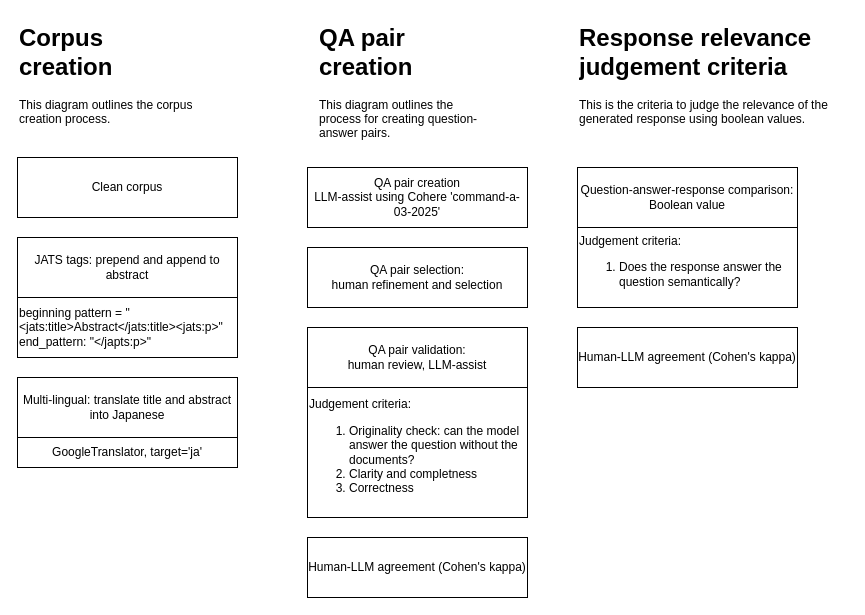
The draw.io diagram diagrams/Part_3_corpus_creation_and_analysis.drawio in poppy-nicolette/Dissertation, before the edit. Source tidied: cells renumbered, new cells numbered last; positions are measured from the earlier drawing's top-left corner, leaving out a move shared by most shapes. Both pictures are drawn from the tidied source at 100%, with x=0, y=0 at pixel (17, 17).
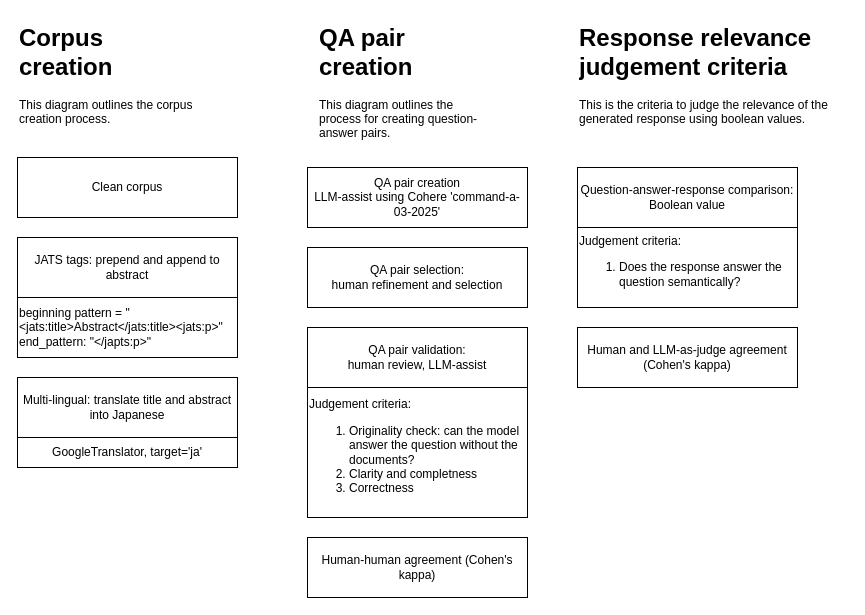
After the change.

What changed in the source:
```diff
@@
 <mxGraphModel>
   <root>
     <mxCell id="0" />
     <mxCell id="1" parent="0" />
     <mxCell id="2" value="&lt;h1 style=&quot;margin-top: 0px;&quot;&gt;Corpus creation&lt;/h1&gt;&lt;p&gt;This diagram outlines the corpus creation process.&lt;/p&gt;" style="text;html=1;whiteSpace=wrap;overflow=hidden;rounded=0;" parent="1" vertex="1">
       <mxGeometry width="180" height="120" as="geometry" />
     </mxCell>
     <mxCell id="3" value="Clean corpus" style="rounded=0;whiteSpace=wrap;html=1;" parent="1" vertex="1">
       <mxGeometry y="140" width="220" height="60" as="geometry" />
     </mxCell>
     <mxCell id="4" value="QA pair creation&lt;div&gt;LLM-assist using Cohere 'command-a-03-2025'&lt;/div&gt;" style="rounded=0;whiteSpace=wrap;html=1;" parent="1" vertex="1">
       <mxGeometry x="290" y="150" width="220" height="60" as="geometry" />
     </mxCell>
     <mxCell id="5" value="&lt;h1 style=&quot;margin-top: 0px;&quot;&gt;QA pair creation&lt;/h1&gt;&lt;p&gt;This diagram outlines the process for creating question-answer pairs.&lt;/p&gt;" style="text;html=1;whiteSpace=wrap;overflow=hidden;rounded=0;" parent="1" vertex="1">
       <mxGeometry x="300" width="180" height="120" as="geometry" />
     </mxCell>
     <mxCell id="6" value="QA pair selection:&lt;div&gt;human refinement and selection&lt;/div&gt;" style="rounded=0;whiteSpace=wrap;html=1;" parent="1" vertex="1">
       <mxGeometry x="290" y="230" width="220" height="60" as="geometry" />
     </mxCell>
     <mxCell id="7" value="QA pair validation:&lt;div&gt;human review, LLM-assist&lt;/div&gt;" style="rounded=0;whiteSpace=wrap;html=1;" parent="1" vertex="1">
       <mxGeometry x="290" y="310" width="220" height="60" as="geometry" />
     </mxCell>
-    <mxCell id="8" value="Human-LLM agreement (Cohen's kappa)" style="rounded=0;whiteSpace=wrap;html=1;" parent="1" vertex="1">
+    <mxCell id="8" value="Human-human agreement (Cohen's kappa)" style="rounded=0;whiteSpace=wrap;html=1;" parent="1" vertex="1">
       <mxGeometry x="290" y="520" width="220" height="60" as="geometry" />
     </mxCell>
     <mxCell id="9" value="&lt;h1 style=&quot;margin-top: 0px;&quot;&gt;Response relevance judgement criteria&lt;/h1&gt;&lt;p&gt;This is the criteria to judge the relevance of the generated response using boolean values.&lt;/p&gt;" style="text;html=1;whiteSpace=wrap;overflow=hidden;rounded=0;" parent="1" vertex="1">
       <mxGeometry x="560" width="270" height="120" as="geometry" />
     </mxCell>
     <mxCell id="10" value="Judgement criteria:&lt;br&gt;&lt;ol&gt;&lt;li&gt;Originality check: can the model answer the question without the documents?&lt;/li&gt;&lt;li&gt;Clarity and completness&lt;/li&gt;&lt;li&gt;Correctness&lt;/li&gt;&lt;/ol&gt;" style="rounded=0;whiteSpace=wrap;html=1;align=left;" parent="1" vertex="1">
       <mxGeometry x="290" y="370" width="220" height="130" as="geometry" />
     </mxCell>
     <mxCell id="11" value="JATS tags: prepend and append to abstract" style="rounded=0;whiteSpace=wrap;html=1;" parent="1" vertex="1">
       <mxGeometry y="220" width="220" height="60" as="geometry" />
     </mxCell>
     <mxCell id="12" value="Multi-lingual: translate title and abstract into Japanese" style="rounded=0;whiteSpace=wrap;html=1;" parent="1" vertex="1">
       <mxGeometry y="360" width="220" height="60" as="geometry" />
     </mxCell>
     <mxCell id="13" value="GoogleTranslator, target='ja'" style="rounded=0;whiteSpace=wrap;html=1;" parent="1" vertex="1">
       <mxGeometry y="420" width="220" height="30" as="geometry" />
     </mxCell>
     <mxCell id="14" value="beginning pattern = &quot;&amp;lt;jats:title&amp;gt;Abstract&amp;lt;/jats:title&amp;gt;&amp;lt;jats:p&amp;gt;&quot;&lt;div&gt;end_pattern: &quot;&amp;lt;/japts:p&amp;gt;&quot;&lt;/div&gt;" style="rounded=0;whiteSpace=wrap;html=1;align=left;" parent="1" vertex="1">
       <mxGeometry y="280" width="220" height="60" as="geometry" />
     </mxCell>
     <mxCell id="15" value="Question-answer-response comparison: Boolean value" style="rounded=0;whiteSpace=wrap;html=1;" parent="1" vertex="1">
       <mxGeometry x="560" y="150" width="220" height="60" as="geometry" />
     </mxCell>
     <mxCell id="16" value="Judgement criteria:&lt;div&gt;&lt;ol&gt;&lt;li&gt;Does the response answer the question semantically?&lt;/li&gt;&lt;/ol&gt;&lt;/div&gt;" style="rounded=0;whiteSpace=wrap;html=1;align=left;" parent="1" vertex="1">
       <mxGeometry x="560" y="210" width="220" height="80" as="geometry" />
     </mxCell>
-    <mxCell id="17" value="Human-LLM agreement (Cohen's kappa)" style="rounded=0;whiteSpace=wrap;html=1;" parent="1" vertex="1">
+    <mxCell id="17" value="Human and LLM-as-judge agreement (Cohen's kappa)" style="rounded=0;whiteSpace=wrap;html=1;" parent="1" vertex="1">
       <mxGeometry x="560" y="310" width="220" height="60" as="geometry" />
     </mxCell>
   </root>
 </mxGraphModel>
```
